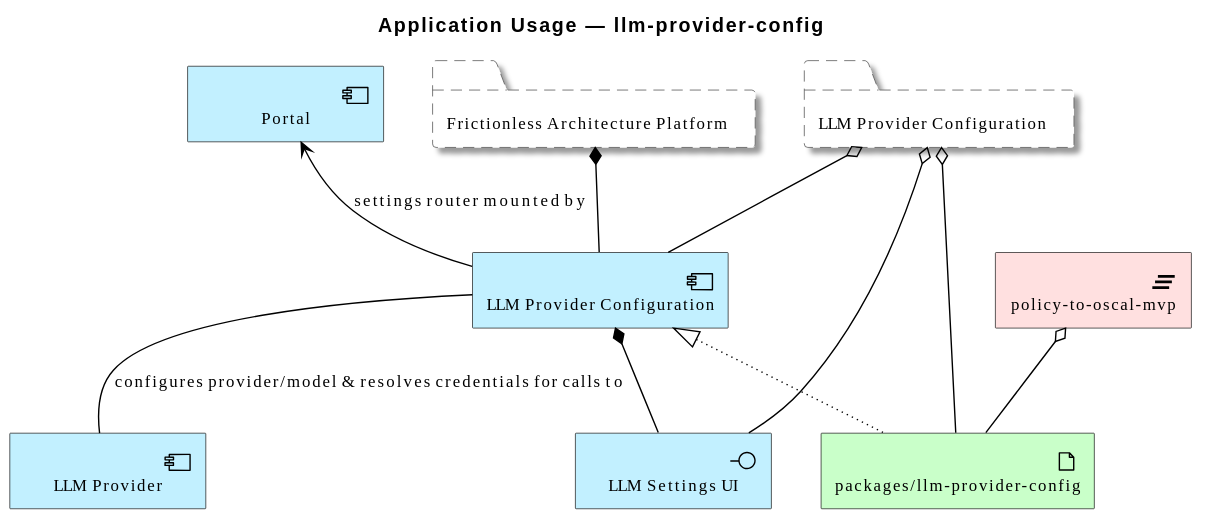
This is architecture/model/diagrams/application/usage/llm-provider-config.svg from wolffy-au/frictionless-architect, a PlantUML export, as it was before one commit. The source it was exported from:
```plantuml
@startuml
!include <archimate/Archimate>

scale max 3800 width
title Application Usage — llm-provider-config

Grouping(e_id54dd4701dbf151, "Frictionless Architecture Platform")
Application_Component(e_id305eddd7c8dc55, "LLM Provider Configuration")
Application_Component(e_id6c2233bb09755d, "Portal")
Application_Interface(e_idcefe9c2a8ca45f, "LLM Settings UI")
Application_Component(e_id2610ae0cc2cc50, "LLM Provider")
Technology_Artifact(e_id2b059f9c51b053, "packages/llm-provider-config")
Implementation_Plateau(e_idb94c55ad2a0756, "policy-to-oscal-mvp")
Grouping(e_id9820051a523257, "LLM Provider Configuration")

Rel_Composition(e_id54dd4701dbf151, e_id305eddd7c8dc55, "")
Rel_Association(e_id305eddd7c8dc55, e_id2610ae0cc2cc50, "configures provider/model & resolves credentials for calls to")
Rel_Realization_Up(e_id2b059f9c51b053, e_id305eddd7c8dc55, "")
Rel_Composition(e_id305eddd7c8dc55, e_idcefe9c2a8ca45f, "")
Rel_Serving_Up(e_id305eddd7c8dc55, e_id6c2233bb09755d, "settings router mounted by")
Rel_Aggregation(e_idb94c55ad2a0756, e_id2b059f9c51b053, "")
Rel_Aggregation(e_id9820051a523257, e_id305eddd7c8dc55, "")
Rel_Aggregation(e_id9820051a523257, e_idcefe9c2a8ca45f, "")
Rel_Aggregation(e_id9820051a523257, e_id2b059f9c51b053, "")
@enduml
```
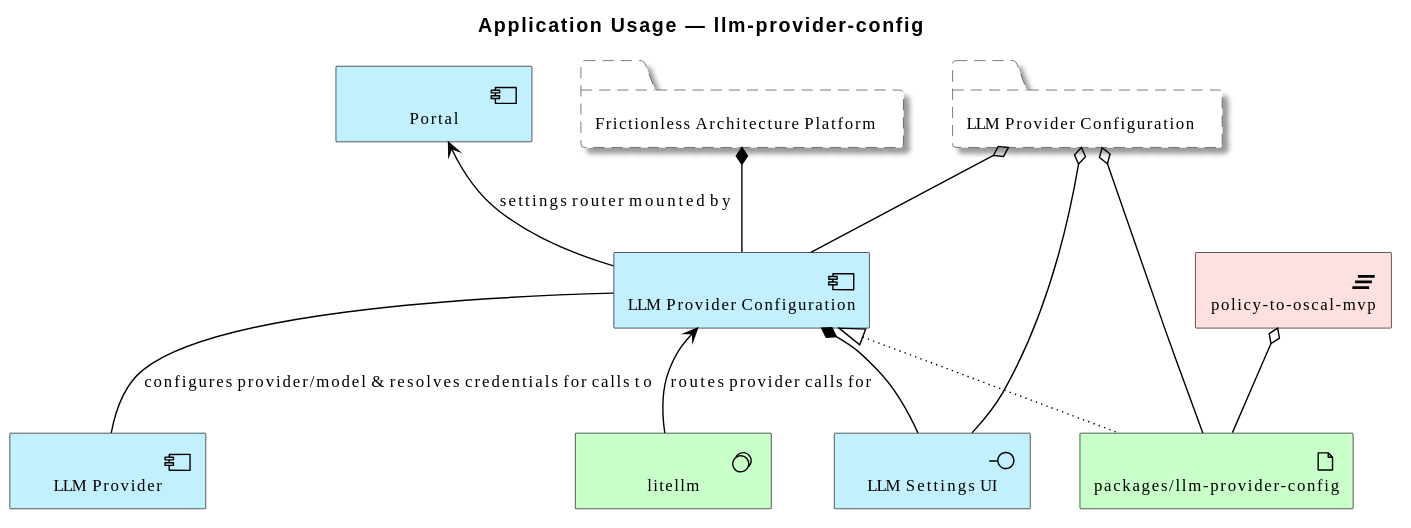
The same diagram one commit later.

Change to the diagram source:
```diff
@@ -10,6 +10,7 @@
 Application_Interface(e_idcefe9c2a8ca45f, "LLM Settings UI")
 Application_Component(e_id2610ae0cc2cc50, "LLM Provider")
 Technology_Artifact(e_id2b059f9c51b053, "packages/llm-provider-config")
+Technology_SystemSoftware(e_ida94fafd401dd5f, "litellm")
 Implementation_Plateau(e_idb94c55ad2a0756, "policy-to-oscal-mvp")
 Grouping(e_id9820051a523257, "LLM Provider Configuration")
 
@@ -19,6 +20,7 @@
 Rel_Composition(e_id305eddd7c8dc55, e_idcefe9c2a8ca45f, "")
 Rel_Serving_Up(e_id305eddd7c8dc55, e_id6c2233bb09755d, "settings router mounted by")
 Rel_Aggregation(e_idb94c55ad2a0756, e_id2b059f9c51b053, "")
+Rel_Serving_Up(e_ida94fafd401dd5f, e_id305eddd7c8dc55, "routes provider calls for")
 Rel_Aggregation(e_id9820051a523257, e_id305eddd7c8dc55, "")
 Rel_Aggregation(e_id9820051a523257, e_idcefe9c2a8ca45f, "")
 Rel_Aggregation(e_id9820051a523257, e_id2b059f9c51b053, "")
```
